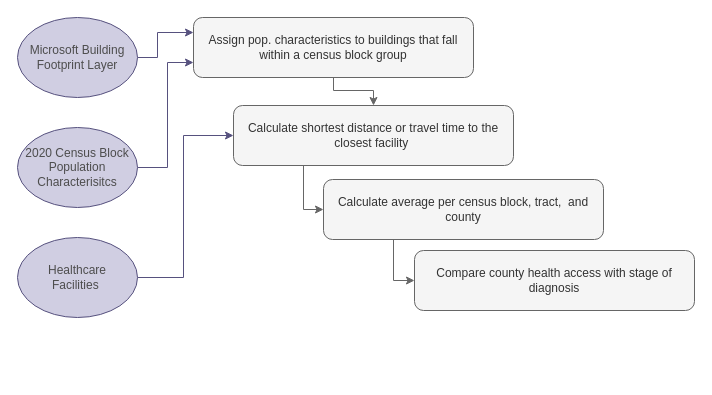
dealchre/gradDrawio keeps this draw.io diagram as CancerProposalMethod.drawio. Above is the earlier version. Source tidied: cells renumbered, new cells numbered last; positions are measured from the earlier drawing's top-left corner, leaving out a move shared by most shapes. Both pictures are drawn from the tidied source at 100%, with x=0, y=0 at pixel (17, 17).
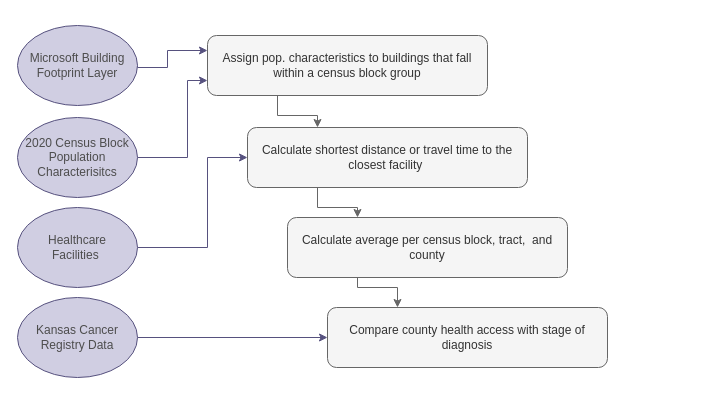
After the change.

The edit, as a diff of the source:
```diff
@@
     <mxCell id="2" style="edgeStyle=orthogonalEdgeStyle;rounded=0;jettySize=auto;html=1;exitX=1;exitY=0.5;exitDx=0;exitDy=0;entryX=0;entryY=0.25;entryDx=0;entryDy=0;strokeColor=#56517E;" parent="1" edge="1" source="3" target="14">
       <mxGeometry relative="1" as="geometry">
         <Array as="points">
-          <mxPoint x="140" y="40" />
-          <mxPoint x="140" y="15" />
+          <mxPoint x="120" y="50" />
+          <mxPoint x="150" y="50" />
+          <mxPoint x="150" y="33" />
         </Array>
       </mxGeometry>
     </mxCell>
     <mxCell id="3" value="Microsoft Building Footprint Layer" style="ellipse;whiteSpace=wrap;html=1;fillColor=#d0cee2;strokeColor=#56517e;fontColor=#4D4D4D;" parent="1" vertex="1">
-      <mxGeometry width="120" height="80" as="geometry" />
+      <mxGeometry y="8" width="120" height="80" as="geometry" />
     </mxCell>
     <mxCell id="4" style="edgeStyle=orthogonalEdgeStyle;rounded=0;jettySize=auto;html=1;exitX=1;exitY=0.5;exitDx=0;exitDy=0;entryX=0;entryY=0.75;entryDx=0;entryDy=0;strokeColor=#56517E;" parent="1" edge="1" source="5" target="14">
       <mxGeometry relative="1" as="geometry">
         <Array as="points">
-          <mxPoint x="150" y="150" />
-          <mxPoint x="150" y="45" />
+          <mxPoint x="170" y="140" />
+          <mxPoint x="170" y="63" />
         </Array>
       </mxGeometry>
     </mxCell>
     <mxCell id="5" value="2020 Census Block Population Characterisitcs" style="ellipse;whiteSpace=wrap;html=1;fillColor=#d0cee2;strokeColor=#56517e;fontColor=#4D4D4D;" parent="1" vertex="1">
-      <mxGeometry y="110" width="120" height="80" as="geometry" />
+      <mxGeometry y="100" width="120" height="80" as="geometry" />
     </mxCell>
     <mxCell id="6" style="edgeStyle=orthogonalEdgeStyle;rounded=0;jettySize=auto;html=1;exitX=1;exitY=0.5;exitDx=0;exitDy=0;entryX=0;entryY=0.5;entryDx=0;entryDy=0;strokeColor=#56517E;" parent="1" edge="1" source="7" target="10">
       <mxGeometry relative="1" as="geometry">
         <Array as="points">
-          <mxPoint x="166" y="260" />
-          <mxPoint x="166" y="118" />
+          <mxPoint x="190" y="230" />
+          <mxPoint x="190" y="140" />
         </Array>
       </mxGeometry>
     </mxCell>
     <mxCell id="7" value="Healthcare &lt;br&gt;Facilities&amp;nbsp;" style="ellipse;whiteSpace=wrap;html=1;fillColor=#d0cee2;strokeColor=#56517e;fontColor=#4D4D4D;" parent="1" vertex="1">
-      <mxGeometry y="220" width="120" height="80" as="geometry" />
+      <mxGeometry y="190" width="120" height="80" as="geometry" />
     </mxCell>
-    <mxCell id="8" style="edgeStyle=orthogonalEdgeStyle;rounded=0;jettySize=auto;html=1;exitX=0.5;exitY=1;exitDx=0;exitDy=0;entryX=0.5;entryY=0;entryDx=0;entryDy=0;strokeColor=#666666;" parent="1" edge="1" target="10">
-      <mxGeometry relative="1" as="geometry">
-        <mxPoint x="316" y="53" as="sourcePoint" />
-        <Array as="points">
-          <mxPoint x="316" y="73" />
-          <mxPoint x="356" y="73" />
-        </Array>
-      </mxGeometry>
-    </mxCell>
-    <mxCell id="9" style="edgeStyle=orthogonalEdgeStyle;rounded=0;jettySize=auto;html=1;exitX=0.25;exitY=1;exitDx=0;exitDy=0;entryX=0;entryY=0.5;entryDx=0;entryDy=0;strokeColor=#666666;" parent="1" edge="1" source="10" target="12">
+    <mxCell id="9" style="edgeStyle=orthogonalEdgeStyle;rounded=0;jettySize=auto;html=1;exitX=0.25;exitY=1;exitDx=0;exitDy=0;entryX=0.25;entryY=0;entryDx=0;entryDy=0;strokeColor=#666666;" parent="1" edge="1" source="10" target="12">
       <mxGeometry relative="1" as="geometry" />
     </mxCell>
     <mxCell id="10" value="Calculate shortest distance or travel time to the closest facility&amp;nbsp;" style="rounded=1;whiteSpace=wrap;html=1;fillColor=#f5f5f5;fontColor=#333333;strokeColor=#666666;" parent="1" vertex="1">
-      <mxGeometry x="216" y="88" width="280" height="60" as="geometry" />
+      <mxGeometry x="230" y="110" width="280" height="60" as="geometry" />
     </mxCell>
-    <mxCell id="11" style="edgeStyle=orthogonalEdgeStyle;rounded=0;jettySize=auto;html=1;exitX=0.25;exitY=1;exitDx=0;exitDy=0;entryX=0;entryY=0.5;entryDx=0;entryDy=0;strokeColor=#666666;" parent="1" edge="1" source="12" target="13">
-      <mxGeometry relative="1" as="geometry" />
+    <mxCell id="11" style="edgeStyle=orthogonalEdgeStyle;rounded=0;jettySize=auto;html=1;exitX=0.25;exitY=1;exitDx=0;exitDy=0;entryX=0.25;entryY=0;entryDx=0;entryDy=0;strokeColor=#666666;" parent="1" edge="1" source="12" target="13">
+      <mxGeometry relative="1" as="geometry">
+        <Array as="points">
+          <mxPoint x="340" y="270" />
+          <mxPoint x="380" y="270" />
+        </Array>
+      </mxGeometry>
     </mxCell>
     <mxCell id="12" value="Calculate average per census block, tract,&amp;nbsp; and county" style="rounded=1;whiteSpace=wrap;html=1;fillColor=#f5f5f5;fontColor=#333333;strokeColor=#666666;" parent="1" vertex="1">
-      <mxGeometry x="306" y="162" width="280" height="60" as="geometry" />
+      <mxGeometry x="270" y="200" width="280" height="60" as="geometry" />
     </mxCell>
     <mxCell id="13" value="Compare county health access with stage of diagnosis" style="rounded=1;whiteSpace=wrap;html=1;fillColor=#f5f5f5;fontColor=#333333;strokeColor=#666666;" parent="1" vertex="1">
-      <mxGeometry x="397" y="233" width="280" height="60" as="geometry" />
+      <mxGeometry x="310" y="290" width="280" height="60" as="geometry" />
     </mxCell>
+    <mxCell id="15" style="edgeStyle=orthogonalEdgeStyle;rounded=0;jettySize=auto;html=1;exitX=0.25;exitY=1;exitDx=0;exitDy=0;entryX=0.25;entryY=0;entryDx=0;entryDy=0;strokeColor=#666666;" parent="1" edge="1" source="14" target="10">
+      <mxGeometry relative="1" as="geometry" />
+    </mxCell>
     <mxCell id="14" value="Assign pop. characteristics to buildings that fall within a census block group" style="rounded=1;whiteSpace=wrap;html=1;fillColor=#f5f5f5;fontColor=#333333;strokeColor=#666666;" parent="1" vertex="1">
-      <mxGeometry x="176" width="280" height="60" as="geometry" />
+      <mxGeometry x="190" y="18" width="280" height="60" as="geometry" />
     </mxCell>
+    <mxCell id="16" style="edgeStyle=orthogonalEdgeStyle;rounded=0;jettySize=auto;html=1;exitX=1;exitY=0.5;exitDx=0;exitDy=0;strokeColor=#56517E;" parent="1" edge="1" source="17">
+      <mxGeometry relative="1" as="geometry">
+        <mxPoint x="310" y="320" as="targetPoint" />
+        <Array as="points">
+          <mxPoint x="310" y="320" />
+        </Array>
+      </mxGeometry>
+    </mxCell>
+    <mxCell id="17" value="Kansas Cancer Registry Data" style="ellipse;whiteSpace=wrap;html=1;fillColor=#d0cee2;strokeColor=#56517e;fontColor=#4D4D4D;" parent="1" vertex="1">
+      <mxGeometry y="280" width="120" height="80" as="geometry" />
+    </mxCell>
```
